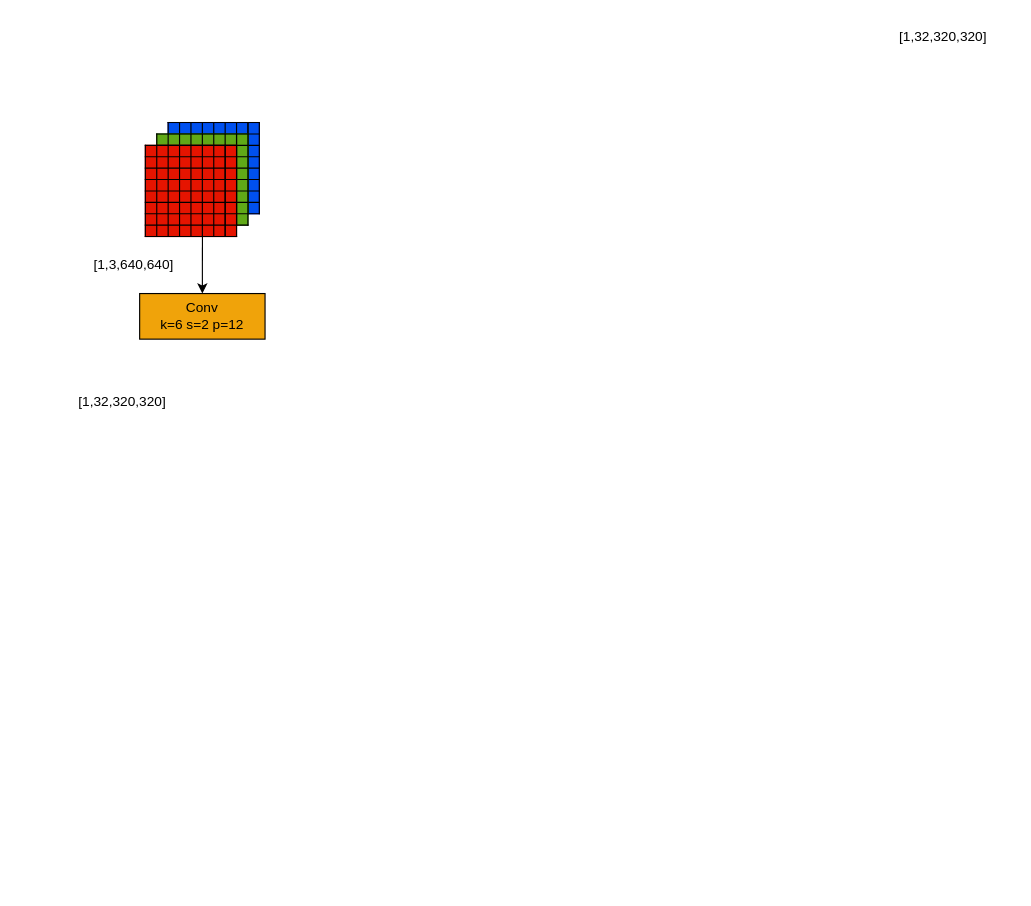
The draw.io diagram Draw.io/本科毕业设计/YOLOv5s_6.x.drawio in Arete-FFF/PicGo, before the edit. Source tidied: cells renumbered, new cells numbered last; positions are measured from the earlier drawing's top-left corner, leaving out a move shared by most shapes. Both pictures are drawn from the tidied source at 114%, with x=0, y=0 at pixel (54, 19).
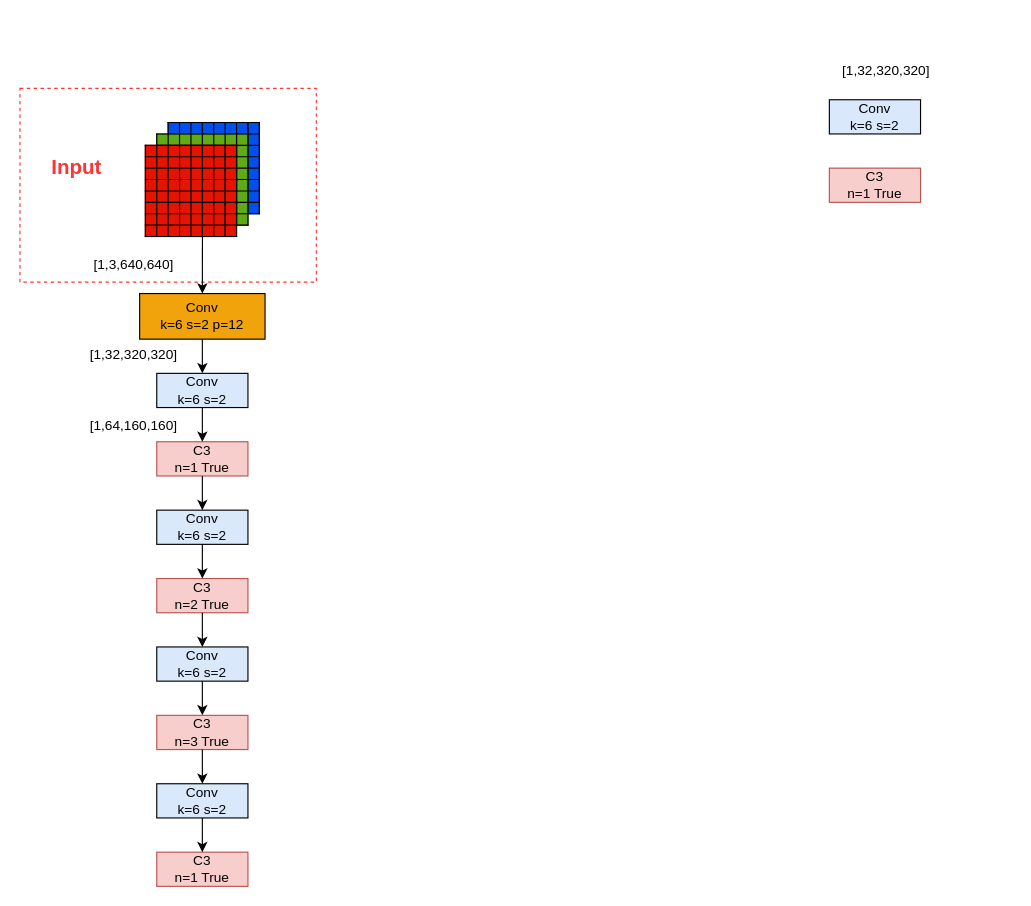
After the change.

The change refers to these unchanged cells:
```xml
<mxCell id="51" value="Conv&lt;br&gt;k=6 s=2 p=12" style="rounded=0;whiteSpace=wrap;html=1;fillColor=#f0a30a;fontColor=#000000;strokeColor=#000000;" parent="1" vertex="1">
  <mxGeometry x="75" y="240" width="110" height="40" as="geometry" />
</mxCell>
```

Change to the diagram source:
```diff
@@
+    <mxCell id="53" style="rounded=0;whiteSpace=wrap;html=1;fillColor=none;dashed=1;strokeColor=#FF3333;" parent="1" vertex="1">
+      <mxGeometry x="-30" y="60" width="260" height="170" as="geometry" />
+    </mxCell>
@@
     <mxCell id="49" value="[1,32,320,320]" style="rounded=0;whiteSpace=wrap;html=1;fillColor=none;strokeColor=none;" parent="1" vertex="1">
-      <mxGeometry x="720" width="120" height="30" as="geometry" />
+      <mxGeometry x="670" y="30" width="120" height="30" as="geometry" />
     </mxCell>
     <mxCell id="50" value="[1,32,320,320]" style="rounded=0;whiteSpace=wrap;html=1;fillColor=none;strokeColor=none;" parent="1" vertex="1">
-      <mxGeometry y="320" width="120" height="30" as="geometry" />
+      <mxGeometry x="30" y="284" width="80" height="20" as="geometry" />
     </mxCell>
@@
+    <mxCell id="54" value="&lt;h2&gt;&lt;font color=&quot;#ff3333&quot;&gt;Input&lt;/font&gt;&lt;/h2&gt;" style="rounded=0;whiteSpace=wrap;html=1;fillColor=none;strokeColor=none;" parent="1" vertex="1">
+      <mxGeometry x="-30" y="110" width="100" height="40" as="geometry" />
+    </mxCell>
+    <mxCell id="55" value="Conv&lt;br&gt;k=6 s=2" style="rounded=0;whiteSpace=wrap;html=1;fillColor=#dae8fc;strokeColor=#000000;" parent="1" vertex="1">
+      <mxGeometry x="680" y="70" width="80" height="30" as="geometry" />
+    </mxCell>
+    <mxCell id="56" value="Conv&lt;br&gt;k=6 s=2" style="rounded=0;whiteSpace=wrap;html=1;fillColor=#dae8fc;strokeColor=#000000;" parent="1" vertex="1">
+      <mxGeometry x="90" y="310" width="80" height="30" as="geometry" />
+    </mxCell>
+    <mxCell id="57" value="C3&lt;br&gt;n=1 True" style="rounded=0;whiteSpace=wrap;html=1;fillColor=#f8cecc;strokeColor=#b85450;" parent="1" vertex="1">
+      <mxGeometry x="680" y="130" width="80" height="30" as="geometry" />
+    </mxCell>
+    <mxCell id="58" value="C3&lt;br&gt;n=1 True" style="rounded=0;whiteSpace=wrap;html=1;fillColor=#f8cecc;strokeColor=#b85450;" parent="1" vertex="1">
+      <mxGeometry x="90" y="370" width="80" height="30" as="geometry" />
+    </mxCell>
+    <mxCell id="59" style="endArrow=classic;html=1;rounded=0;exitX=0.5;exitY=1;exitDx=0;exitDy=0;" parent="1" edge="1" source="51" target="56">
+      <mxGeometry relative="1" as="geometry" />
+    </mxCell>
+    <mxCell id="60" style="endArrow=classic;html=1;rounded=0;entryX=0.5;entryY=0;entryDx=0;entryDy=0;" parent="1" edge="1" target="58">
+      <mxGeometry relative="1" as="geometry">
+        <mxPoint x="130" y="340" as="sourcePoint" />
+      </mxGeometry>
+    </mxCell>
+    <mxCell id="61" value="[1,64,160,160]" style="rounded=0;whiteSpace=wrap;html=1;fillColor=none;strokeColor=none;" parent="1" vertex="1">
+      <mxGeometry x="30" y="346" width="80" height="20" as="geometry" />
+    </mxCell>
+    <mxCell id="62" value="Conv&lt;br&gt;k=6 s=2" style="rounded=0;whiteSpace=wrap;html=1;fillColor=#dae8fc;strokeColor=#000000;" parent="1" vertex="1">
+      <mxGeometry x="90" y="430" width="80" height="30" as="geometry" />
+    </mxCell>
+    <mxCell id="63" value="C3&lt;br&gt;n=2 True" style="rounded=0;whiteSpace=wrap;html=1;fillColor=#f8cecc;strokeColor=#b85450;" parent="1" vertex="1">
+      <mxGeometry x="90" y="490" width="80" height="30" as="geometry" />
+    </mxCell>
+    <mxCell id="64" style="endArrow=classic;html=1;rounded=0;entryX=0.5;entryY=0;entryDx=0;entryDy=0;" parent="1" edge="1" target="63">
+      <mxGeometry relative="1" as="geometry">
+        <mxPoint x="130" y="460" as="sourcePoint" />
+      </mxGeometry>
+    </mxCell>
+    <mxCell id="65" value="Conv&lt;br&gt;k=6 s=2" style="rounded=0;whiteSpace=wrap;html=1;fillColor=#dae8fc;strokeColor=#000000;" parent="1" vertex="1">
+      <mxGeometry x="90" y="550" width="80" height="30" as="geometry" />
+    </mxCell>
+    <mxCell id="66" value="C3&lt;br&gt;n=3 True" style="rounded=0;whiteSpace=wrap;html=1;fillColor=#f8cecc;strokeColor=#b85450;" parent="1" vertex="1">
+      <mxGeometry x="90" y="610" width="80" height="30" as="geometry" />
+    </mxCell>
+    <mxCell id="67" style="endArrow=classic;html=1;rounded=0;entryX=0.5;entryY=0;entryDx=0;entryDy=0;" parent="1" edge="1" target="66">
+      <mxGeometry relative="1" as="geometry">
+        <mxPoint x="130" y="580" as="sourcePoint" />
+      </mxGeometry>
+    </mxCell>
+    <mxCell id="68" value="Conv&lt;br&gt;k=6 s=2" style="rounded=0;whiteSpace=wrap;html=1;fillColor=#dae8fc;strokeColor=#000000;" parent="1" vertex="1">
+      <mxGeometry x="90" y="670" width="80" height="30" as="geometry" />
+    </mxCell>
+    <mxCell id="69" value="C3&lt;br&gt;n=1 True" style="rounded=0;whiteSpace=wrap;html=1;fillColor=#f8cecc;strokeColor=#b85450;" parent="1" vertex="1">
+      <mxGeometry x="90" y="730" width="80" height="30" as="geometry" />
+    </mxCell>
+    <mxCell id="70" style="endArrow=classic;html=1;rounded=0;entryX=0.5;entryY=0;entryDx=0;entryDy=0;" parent="1" edge="1" target="69">
+      <mxGeometry relative="1" as="geometry">
+        <mxPoint x="130" y="700" as="sourcePoint" />
+      </mxGeometry>
+    </mxCell>
+    <mxCell id="71" style="endArrow=classic;html=1;rounded=0;exitX=0.5;exitY=1;exitDx=0;exitDy=0;" parent="1" edge="1">
+      <mxGeometry relative="1" as="geometry">
+        <mxPoint x="130" y="400" as="sourcePoint" />
+        <mxPoint x="130" y="430" as="targetPoint" />
+      </mxGeometry>
+    </mxCell>
+    <mxCell id="72" style="endArrow=classic;html=1;rounded=0;exitX=0.5;exitY=1;exitDx=0;exitDy=0;" parent="1" edge="1" source="63" target="65">
+      <mxGeometry relative="1" as="geometry" />
+    </mxCell>
+    <mxCell id="73" style="endArrow=classic;html=1;rounded=0;exitX=0.5;exitY=1;exitDx=0;exitDy=0;" parent="1" edge="1">
+      <mxGeometry relative="1" as="geometry">
+        <mxPoint x="130" y="640" as="sourcePoint" />
+        <mxPoint x="130" y="670" as="targetPoint" />
+      </mxGeometry>
+    </mxCell>
```
